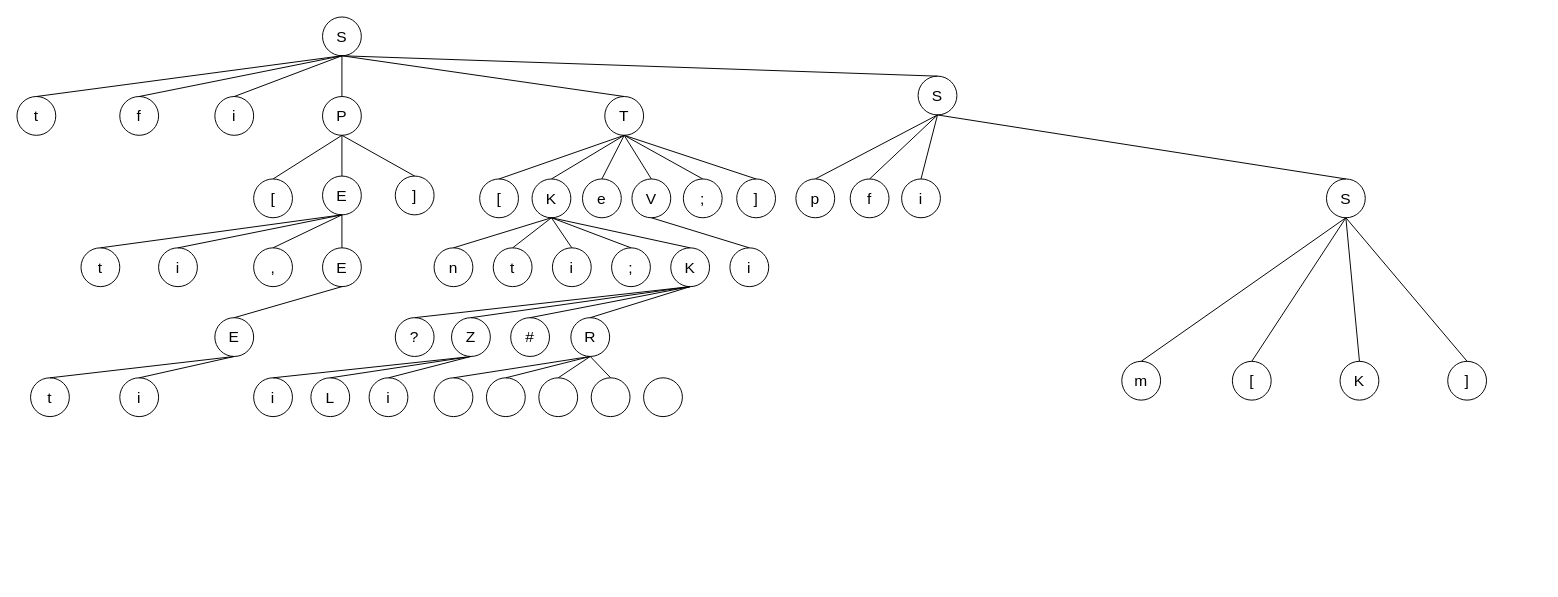
Earlier version of the draw.io diagram Диаграмма без названия.drawio (Svendell/COURSE_2). Source tidied: cells renumbered, new cells numbered last; positions are measured from the earlier drawing's top-left corner, leaving out a move shared by most shapes. Both pictures are drawn from the tidied source at 97%, with x=0, y=0 at pixel (16, 16).
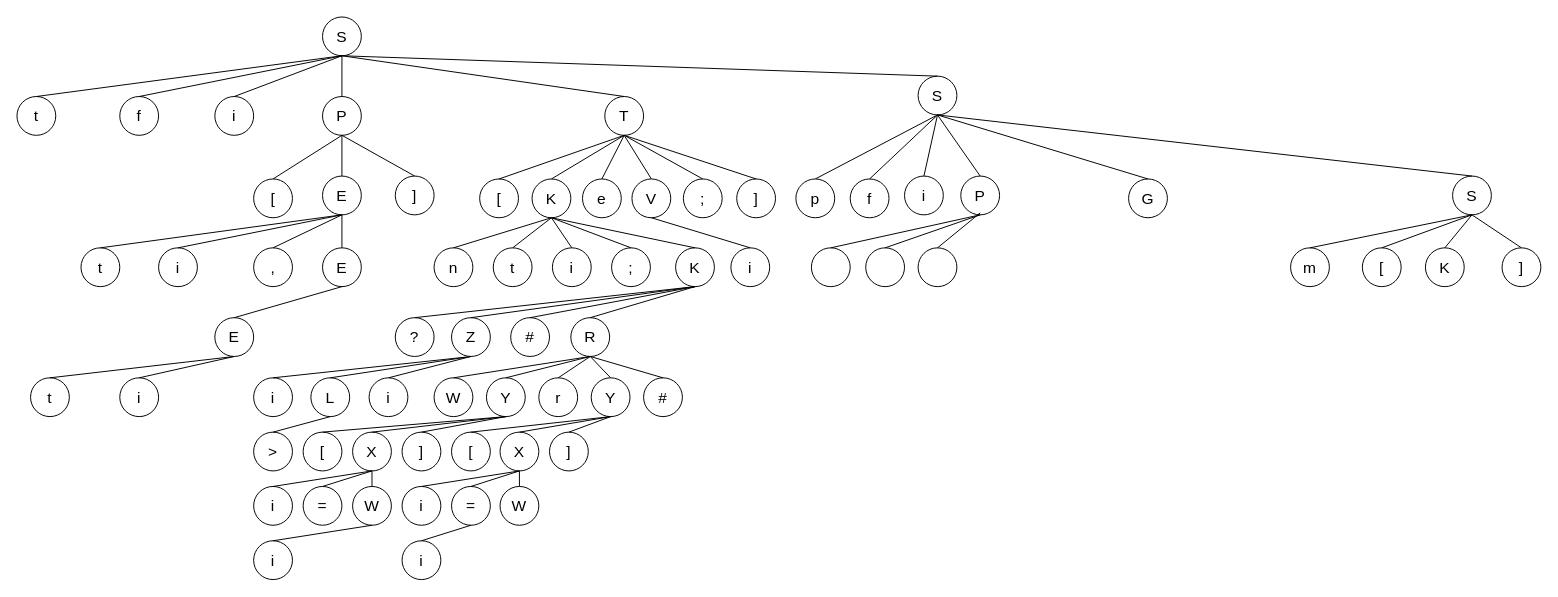
The same diagram, later.

The change refers to these unchanged cells:
```xml
<mxCell id="11" value="S" style="ellipse;whiteSpace=wrap;html=1;strokeWidth=1;fontSize=16;fontColor=#000000;" parent="1" vertex="1">
  <mxGeometry x="929" y="61" width="40" height="40" as="geometry" />
</mxCell>
<mxCell id="78" value="R" style="ellipse;whiteSpace=wrap;html=1;strokeWidth=1;fontSize=16;fontColor=#000000;" parent="1" vertex="1">
  <mxGeometry x="571" y="310" width="40" height="40" as="geometry" />
</mxCell>
<mxCell id="84" value="L" style="ellipse;whiteSpace=wrap;html=1;strokeWidth=1;fontSize=16;fontColor=#000000;" parent="1" vertex="1">
  <mxGeometry x="303" y="372" width="40" height="40" as="geometry" />
</mxCell>
```

Diff of the diagram source:
```diff
@@
     <mxCell id="13" value="S" style="ellipse;whiteSpace=wrap;html=1;strokeWidth=1;fontSize=16;fontColor=#000000;" parent="1" vertex="1">
-      <mxGeometry x="1350" y="167" width="40" height="40" as="geometry" />
+      <mxGeometry x="1480" y="164" width="40" height="40" as="geometry" />
     </mxCell>
@@
     <mxCell id="18" value="i" style="ellipse;whiteSpace=wrap;html=1;strokeWidth=1;fontSize=16;fontColor=#000000;" parent="1" vertex="1">
-      <mxGeometry x="912" y="167" width="40" height="40" as="geometry" />
+      <mxGeometry x="915" y="164" width="40" height="40" as="geometry" />
     </mxCell>
@@
     <mxCell id="21" value="m" style="ellipse;whiteSpace=wrap;html=1;strokeWidth=1;fontSize=16;fontColor=#000000;" parent="1" vertex="1">
-      <mxGeometry x="1139" y="355" width="40" height="40" as="geometry" />
+      <mxGeometry x="1313" y="238" width="40" height="40" as="geometry" />
     </mxCell>
     <mxCell id="22" value="[" style="ellipse;whiteSpace=wrap;html=1;strokeWidth=1;fontSize=16;fontColor=#000000;" parent="1" vertex="1">
-      <mxGeometry x="1253" y="355" width="40" height="40" as="geometry" />
+      <mxGeometry x="1387" y="238" width="40" height="40" as="geometry" />
     </mxCell>
     <mxCell id="23" value="]" style="ellipse;whiteSpace=wrap;html=1;strokeWidth=1;fontSize=16;fontColor=#000000;" parent="1" vertex="1">
-      <mxGeometry x="1475" y="355" width="40" height="40" as="geometry" />
+      <mxGeometry x="1531" y="238" width="40" height="40" as="geometry" />
     </mxCell>
@@
     <mxCell id="27" value="K" style="ellipse;whiteSpace=wrap;html=1;strokeWidth=1;fontSize=16;fontColor=#000000;" parent="1" vertex="1">
-      <mxGeometry x="1364" y="355" width="40" height="40" as="geometry" />
+      <mxGeometry x="1452" y="238" width="40" height="40" as="geometry" />
     </mxCell>
@@
     <mxCell id="67" value="K" style="ellipse;whiteSpace=wrap;html=1;strokeWidth=1;fontSize=16;fontColor=#000000;" parent="1" vertex="1">
-      <mxGeometry x="674" y="238" width="40" height="40" as="geometry" />
+      <mxGeometry x="679" y="238" width="40" height="40" as="geometry" />
     </mxCell>
@@
     <mxCell id="73" value="i" style="ellipse;whiteSpace=wrap;html=1;strokeWidth=1;fontSize=16;fontColor=#000000;" parent="1" vertex="1">
-      <mxGeometry x="735" y="238" width="40" height="40" as="geometry" />
+      <mxGeometry x="736" y="238" width="40" height="40" as="geometry" />
     </mxCell>
@@
-    <mxCell id="89" style="ellipse;whiteSpace=wrap;html=1;strokeWidth=1;fontSize=16;fontColor=#000000;" parent="1" vertex="1">
+    <mxCell id="89" value="W" style="ellipse;whiteSpace=wrap;html=1;strokeWidth=1;fontSize=16;fontColor=#000000;" parent="1" vertex="1">
       <mxGeometry x="430" y="372" width="40" height="40" as="geometry" />
     </mxCell>
-    <mxCell id="90" style="ellipse;whiteSpace=wrap;html=1;strokeWidth=1;fontSize=16;fontColor=#000000;" parent="1" vertex="1">
+    <mxCell id="90" value="Y" style="ellipse;whiteSpace=wrap;html=1;strokeWidth=1;fontSize=16;fontColor=#000000;" parent="1" vertex="1">
       <mxGeometry x="484" y="372" width="40" height="40" as="geometry" />
     </mxCell>
-    <mxCell id="91" style="ellipse;whiteSpace=wrap;html=1;strokeWidth=1;fontSize=16;fontColor=#000000;" parent="1" vertex="1">
+    <mxCell id="91" value="r" style="ellipse;whiteSpace=wrap;html=1;strokeWidth=1;fontSize=16;fontColor=#000000;" parent="1" vertex="1">
       <mxGeometry x="538" y="372" width="40" height="40" as="geometry" />
     </mxCell>
-    <mxCell id="92" style="ellipse;whiteSpace=wrap;html=1;strokeWidth=1;fontSize=16;fontColor=#000000;" parent="1" vertex="1">
+    <mxCell id="92" value="Y" style="ellipse;whiteSpace=wrap;html=1;strokeWidth=1;fontSize=16;fontColor=#000000;" parent="1" vertex="1">
       <mxGeometry x="592" y="372" width="40" height="40" as="geometry" />
     </mxCell>
-    <mxCell id="93" style="ellipse;whiteSpace=wrap;html=1;strokeWidth=1;fontSize=16;fontColor=#000000;" parent="1" vertex="1">
+    <mxCell id="93" value="#" style="ellipse;whiteSpace=wrap;html=1;strokeWidth=1;fontSize=16;fontColor=#000000;" parent="1" vertex="1">
       <mxGeometry x="646" y="372" width="40" height="40" as="geometry" />
     </mxCell>
@@
+    <mxCell id="98" style="endArrow=none;html=1;rounded=0;fontSize=16;fontColor=#000000;entryX=0.5;entryY=1;entryDx=0;entryDy=0;exitX=0.5;exitY=0;exitDx=0;exitDy=0;" parent="1" edge="1" source="93" target="78">
+      <mxGeometry relative="1" as="geometry" />
+    </mxCell>
+    <mxCell id="99" value="&amp;gt;" style="ellipse;whiteSpace=wrap;html=1;strokeWidth=1;fontSize=16;fontColor=#000000;" parent="1" vertex="1">
+      <mxGeometry x="244" y="428" width="40" height="40" as="geometry" />
+    </mxCell>
+    <mxCell id="100" style="endArrow=none;html=1;rounded=0;fontSize=16;fontColor=#000000;entryX=0.5;entryY=1;entryDx=0;entryDy=0;exitX=0.5;exitY=0;exitDx=0;exitDy=0;" parent="1" edge="1" source="99" target="84">
+      <mxGeometry relative="1" as="geometry" />
+    </mxCell>
+    <mxCell id="101" value="[" style="ellipse;whiteSpace=wrap;html=1;strokeWidth=1;fontSize=16;fontColor=#000000;" parent="1" vertex="1">
+      <mxGeometry x="295" y="428" width="40" height="40" as="geometry" />
+    </mxCell>
+    <mxCell id="102" value="X" style="ellipse;whiteSpace=wrap;html=1;strokeWidth=1;fontSize=16;fontColor=#000000;" parent="1" vertex="1">
+      <mxGeometry x="346" y="428" width="40" height="40" as="geometry" />
+    </mxCell>
+    <mxCell id="103" value="]" style="ellipse;whiteSpace=wrap;html=1;strokeWidth=1;fontSize=16;fontColor=#000000;" parent="1" vertex="1">
+      <mxGeometry x="397" y="428" width="40" height="40" as="geometry" />
+    </mxCell>
+    <mxCell id="104" value="[" style="ellipse;whiteSpace=wrap;html=1;strokeWidth=1;fontSize=16;fontColor=#000000;" parent="1" vertex="1">
+      <mxGeometry x="448" y="428" width="40" height="40" as="geometry" />
+    </mxCell>
+    <mxCell id="105" value="X" style="ellipse;whiteSpace=wrap;html=1;strokeWidth=1;fontSize=16;fontColor=#000000;" parent="1" vertex="1">
+      <mxGeometry x="498" y="428" width="40" height="40" as="geometry" />
+    </mxCell>
+    <mxCell id="106" value="]" style="ellipse;whiteSpace=wrap;html=1;strokeWidth=1;fontSize=16;fontColor=#000000;" parent="1" vertex="1">
+      <mxGeometry x="549" y="428" width="40" height="40" as="geometry" />
+    </mxCell>
+    <mxCell id="107" value="i" style="ellipse;whiteSpace=wrap;html=1;strokeWidth=1;fontSize=16;fontColor=#000000;" parent="1" vertex="1">
+      <mxGeometry x="244" y="484" width="40" height="40" as="geometry" />
+    </mxCell>
+    <mxCell id="108" value="=" style="ellipse;whiteSpace=wrap;html=1;strokeWidth=1;fontSize=16;fontColor=#000000;" parent="1" vertex="1">
+      <mxGeometry x="295" y="484" width="40" height="40" as="geometry" />
+    </mxCell>
+    <mxCell id="109" value="W" style="ellipse;whiteSpace=wrap;html=1;strokeWidth=1;fontSize=16;fontColor=#000000;" parent="1" vertex="1">
+      <mxGeometry x="346" y="484" width="40" height="40" as="geometry" />
+    </mxCell>
+    <mxCell id="110" style="endArrow=none;html=1;rounded=0;fontSize=16;fontColor=#000000;entryX=0.5;entryY=0;entryDx=0;entryDy=0;exitX=0.5;exitY=1;exitDx=0;exitDy=0;" parent="1" edge="1" source="90" target="101">
+      <mxGeometry relative="1" as="geometry" />
+    </mxCell>
+    <mxCell id="111" style="endArrow=none;html=1;rounded=0;fontSize=16;fontColor=#000000;entryX=0.5;entryY=1;entryDx=0;entryDy=0;exitX=0.5;exitY=0;exitDx=0;exitDy=0;" parent="1" edge="1" source="102" target="90">
+      <mxGeometry relative="1" as="geometry" />
+    </mxCell>
+    <mxCell id="112" style="endArrow=none;html=1;rounded=0;fontSize=16;fontColor=#000000;entryX=0.5;entryY=1;entryDx=0;entryDy=0;exitX=0.5;exitY=0;exitDx=0;exitDy=0;" parent="1" edge="1" source="103" target="90">
+      <mxGeometry relative="1" as="geometry" />
+    </mxCell>
+    <mxCell id="113" style="endArrow=none;html=1;rounded=0;fontSize=16;fontColor=#000000;entryX=0.5;entryY=1;entryDx=0;entryDy=0;exitX=0.5;exitY=0;exitDx=0;exitDy=0;" parent="1" edge="1" source="104" target="92">
+      <mxGeometry relative="1" as="geometry" />
+    </mxCell>
+    <mxCell id="114" style="endArrow=none;html=1;rounded=0;fontSize=16;fontColor=#000000;entryX=0.5;entryY=1;entryDx=0;entryDy=0;exitX=0.5;exitY=0;exitDx=0;exitDy=0;" parent="1" edge="1" source="105" target="92">
+      <mxGeometry relative="1" as="geometry" />
+    </mxCell>
+    <mxCell id="115" style="endArrow=none;html=1;rounded=0;fontSize=16;fontColor=#000000;entryX=0.5;entryY=1;entryDx=0;entryDy=0;exitX=0.5;exitY=0;exitDx=0;exitDy=0;" parent="1" edge="1" source="106" target="92">
+      <mxGeometry relative="1" as="geometry" />
+    </mxCell>
+    <mxCell id="116" value="i" style="ellipse;whiteSpace=wrap;html=1;strokeWidth=1;fontSize=16;fontColor=#000000;" parent="1" vertex="1">
+      <mxGeometry x="397" y="484" width="40" height="40" as="geometry" />
+    </mxCell>
+    <mxCell id="117" value="=" style="ellipse;whiteSpace=wrap;html=1;strokeWidth=1;fontSize=16;fontColor=#000000;" parent="1" vertex="1">
+      <mxGeometry x="448" y="484" width="40" height="40" as="geometry" />
+    </mxCell>
+    <mxCell id="118" value="W" style="ellipse;whiteSpace=wrap;html=1;strokeWidth=1;fontSize=16;fontColor=#000000;" parent="1" vertex="1">
+      <mxGeometry x="498" y="484" width="40" height="40" as="geometry" />
+    </mxCell>
+    <mxCell id="119" style="endArrow=none;html=1;rounded=0;fontSize=16;fontColor=#000000;entryX=0.5;entryY=1;entryDx=0;entryDy=0;exitX=0.5;exitY=0;exitDx=0;exitDy=0;" parent="1" edge="1" source="107" target="102">
+      <mxGeometry relative="1" as="geometry" />
+    </mxCell>
+    <mxCell id="120" style="endArrow=none;html=1;rounded=0;fontSize=16;fontColor=#000000;entryX=0.5;entryY=1;entryDx=0;entryDy=0;exitX=0.5;exitY=0;exitDx=0;exitDy=0;" parent="1" edge="1" source="108" target="102">
+      <mxGeometry relative="1" as="geometry" />
+    </mxCell>
+    <mxCell id="121" style="endArrow=none;html=1;rounded=0;fontSize=16;fontColor=#000000;entryX=0.5;entryY=1;entryDx=0;entryDy=0;" parent="1" edge="1" source="109" target="102">
+      <mxGeometry relative="1" as="geometry" />
+    </mxCell>
+    <mxCell id="122" style="endArrow=none;html=1;rounded=0;fontSize=16;fontColor=#000000;entryX=0.5;entryY=1;entryDx=0;entryDy=0;exitX=0.5;exitY=0;exitDx=0;exitDy=0;" parent="1" edge="1" source="116" target="105">
+      <mxGeometry relative="1" as="geometry" />
+    </mxCell>
+    <mxCell id="123" style="endArrow=none;html=1;rounded=0;fontSize=16;fontColor=#000000;entryX=0.5;entryY=1;entryDx=0;entryDy=0;exitX=0.5;exitY=0;exitDx=0;exitDy=0;" parent="1" edge="1" source="117" target="105">
+      <mxGeometry relative="1" as="geometry" />
+    </mxCell>
+    <mxCell id="124" style="endArrow=none;html=1;rounded=0;fontSize=16;fontColor=#000000;entryX=0.5;entryY=1;entryDx=0;entryDy=0;" parent="1" edge="1" source="118" target="105">
+      <mxGeometry relative="1" as="geometry" />
+    </mxCell>
+    <mxCell id="125" value="i" style="ellipse;whiteSpace=wrap;html=1;strokeWidth=1;fontSize=16;fontColor=#000000;" parent="1" vertex="1">
+      <mxGeometry x="244" y="540" width="40" height="40" as="geometry" />
+    </mxCell>
+    <mxCell id="126" value="i" style="ellipse;whiteSpace=wrap;html=1;strokeWidth=1;fontSize=16;fontColor=#000000;" parent="1" vertex="1">
+      <mxGeometry x="397" y="540" width="40" height="40" as="geometry" />
+    </mxCell>
+    <mxCell id="127" style="endArrow=none;html=1;rounded=0;fontSize=16;fontColor=#000000;entryX=0.5;entryY=1;entryDx=0;entryDy=0;exitX=0.5;exitY=0;exitDx=0;exitDy=0;" parent="1" edge="1" source="125" target="109">
+      <mxGeometry relative="1" as="geometry" />
+    </mxCell>
+    <mxCell id="128" style="endArrow=none;html=1;rounded=0;fontSize=16;fontColor=#000000;entryX=0.5;entryY=1;entryDx=0;entryDy=0;exitX=0.5;exitY=0;exitDx=0;exitDy=0;" parent="1" edge="1" source="126" target="117">
+      <mxGeometry relative="1" as="geometry" />
+    </mxCell>
+    <mxCell id="129" value="P" style="ellipse;whiteSpace=wrap;html=1;strokeWidth=1;fontSize=16;fontColor=#000000;" parent="1" vertex="1">
+      <mxGeometry x="973" y="164" width="40" height="40" as="geometry" />
+    </mxCell>
+    <mxCell id="130" value="G" style="ellipse;whiteSpace=wrap;html=1;strokeWidth=1;fontSize=16;fontColor=#000000;" parent="1" vertex="1">
+      <mxGeometry x="1146" y="167" width="40" height="40" as="geometry" />
+    </mxCell>
+    <mxCell id="131" style="endArrow=none;html=1;rounded=0;fontSize=16;fontColor=#000000;entryX=0.5;entryY=1;entryDx=0;entryDy=0;exitX=0.5;exitY=0;exitDx=0;exitDy=0;" parent="1" edge="1" source="129" target="11">
+      <mxGeometry relative="1" as="geometry" />
+    </mxCell>
+    <mxCell id="132" style="endArrow=none;html=1;rounded=0;fontSize=16;fontColor=#000000;entryX=0.5;entryY=1;entryDx=0;entryDy=0;exitX=0.5;exitY=0;exitDx=0;exitDy=0;" parent="1" edge="1" source="130" target="11">
+      <mxGeometry relative="1" as="geometry" />
+    </mxCell>
+    <mxCell id="133" style="ellipse;whiteSpace=wrap;html=1;strokeWidth=1;fontSize=16;fontColor=#000000;" parent="1" vertex="1">
+      <mxGeometry x="819" y="238" width="40" height="40" as="geometry" />
+    </mxCell>
+    <mxCell id="134" style="ellipse;whiteSpace=wrap;html=1;strokeWidth=1;fontSize=16;fontColor=#000000;" parent="1" vertex="1">
+      <mxGeometry x="875" y="238" width="40" height="40" as="geometry" />
+    </mxCell>
+    <mxCell id="135" style="ellipse;whiteSpace=wrap;html=1;strokeWidth=1;fontSize=16;fontColor=#000000;" parent="1" vertex="1">
+      <mxGeometry x="929" y="238" width="40" height="40" as="geometry" />
+    </mxCell>
+    <mxCell id="136" style="endArrow=none;html=1;rounded=0;fontSize=16;fontColor=#000000;entryX=0.5;entryY=1;entryDx=0;entryDy=0;exitX=0.5;exitY=0;exitDx=0;exitDy=0;" parent="1" edge="1" source="133" target="129">
+      <mxGeometry relative="1" as="geometry" />
+    </mxCell>
+    <mxCell id="137" style="endArrow=none;html=1;rounded=0;fontSize=16;fontColor=#000000;entryX=0.5;entryY=1;entryDx=0;entryDy=0;exitX=0.5;exitY=0;exitDx=0;exitDy=0;" parent="1" edge="1" source="134" target="129">
+      <mxGeometry relative="1" as="geometry" />
+    </mxCell>
+    <mxCell id="138" style="endArrow=none;html=1;rounded=0;fontSize=16;fontColor=#000000;exitX=0.5;exitY=0;exitDx=0;exitDy=0;" parent="1" edge="1" source="135">
+      <mxGeometry relative="1" as="geometry">
+        <mxPoint x="993" y="202" as="targetPoint" />
+      </mxGeometry>
+    </mxCell>
```
